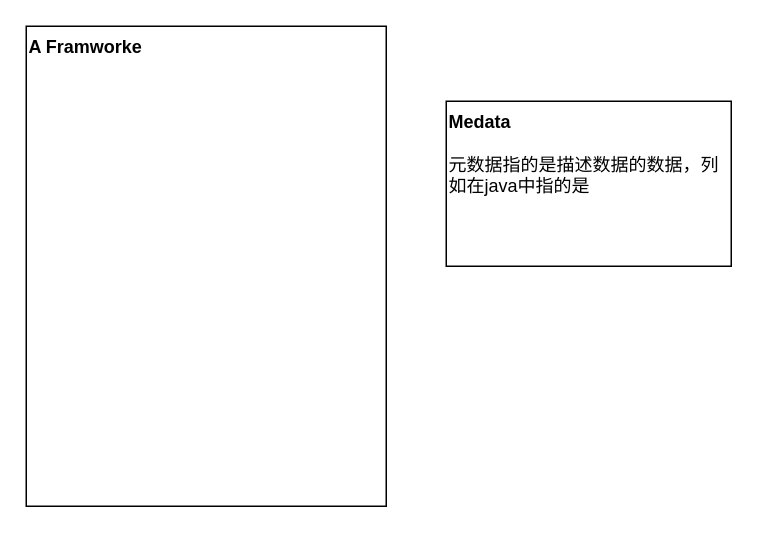
Before: Untitled Diagram.drawio in choustark/spring-framework, a draw.io diagram. Source tidied: cells renumbered, new cells numbered last; positions are measured from the earlier drawing's top-left corner, leaving out a move shared by most shapes. Both pictures are drawn from the tidied source at 150%, with x=0, y=0 at pixel (26, 26).
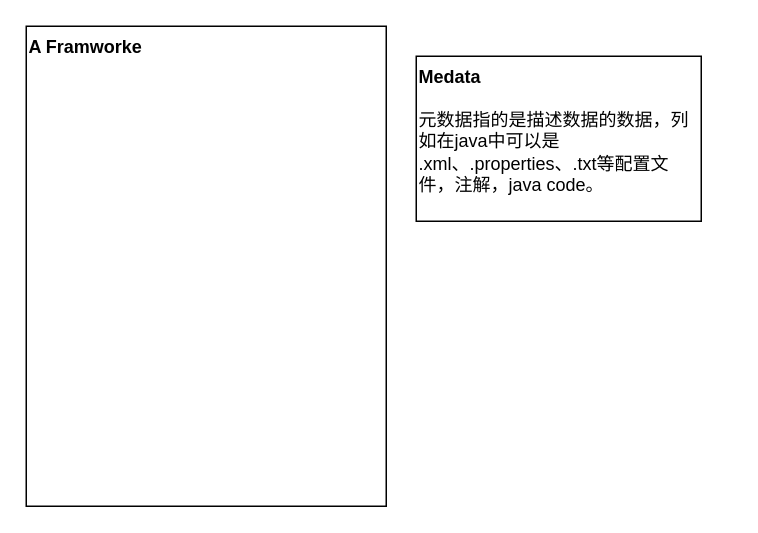
After the change.

Diff of the diagram source:
```diff
@@
 <mxGraphModel>
   <root>
     <mxCell id="0" />
     <mxCell id="1" parent="0" />
     <mxCell id="2" value="&lt;b&gt;A Framworke&lt;/b&gt;" style="rounded=0;whiteSpace=wrap;html=1;align=left;verticalAlign=top;" parent="1" vertex="1">
       <mxGeometry width="240" height="320" as="geometry" />
     </mxCell>
-    <mxCell id="3" value="&lt;b&gt;Medata&lt;/b&gt;&lt;br&gt;&lt;br&gt;元数据指的是描述数据的数据，列如在java中指的是" style="rounded=0;whiteSpace=wrap;html=1;verticalAlign=top;align=left;" parent="1" vertex="1">
-      <mxGeometry x="280" y="50" width="190" height="110" as="geometry" />
+    <mxCell id="3" value="&lt;b&gt;Medata&lt;/b&gt;&lt;br&gt;&lt;br&gt;元数据指的是描述数据的数据，列如在java中可以是 .xml、.properties、.txt等配置文件，注解，java code。" style="rounded=0;whiteSpace=wrap;html=1;verticalAlign=top;align=left;" parent="1" vertex="1">
+      <mxGeometry x="260" y="20" width="190" height="110" as="geometry" />
     </mxCell>
   </root>
 </mxGraphModel>
```
